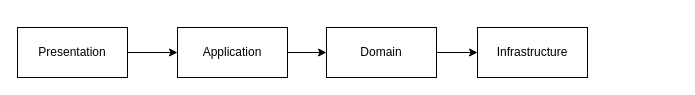
Earlier version of the draw.io diagram page "All" (1 of 5) of ClassDiagram/LibrartAPI_ClassDiagram.dio (yo-watanabe47/LIBRARYAPI). Source tidied: cells renumbered, new cells numbered last; positions are measured from the earlier drawing's top-left corner, leaving out a move shared by most shapes. Both pictures are drawn from the tidied source at 100%, with x=0, y=0 at pixel (17, 27).
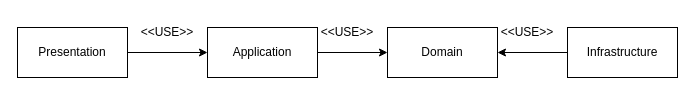
After the change.

The edit, as a diff of the source:
```diff
@@
 <mxGraphModel>
   <root>
     <mxCell id="0" />
     <mxCell id="1" parent="0" />
     <mxCell id="2" style="edgeStyle=none;html=1;exitX=1;exitY=0.5;exitDx=0;exitDy=0;entryX=0;entryY=0.5;entryDx=0;entryDy=0;" parent="1" edge="1" source="3" target="5">
       <mxGeometry relative="1" as="geometry" />
     </mxCell>
     <mxCell id="3" value="Presentation" style="html=1;whiteSpace=wrap;" parent="1" vertex="1">
       <mxGeometry width="110" height="50" as="geometry" />
     </mxCell>
     <mxCell id="4" style="edgeStyle=none;html=1;exitX=1;exitY=0.5;exitDx=0;exitDy=0;" parent="1" edge="1" source="5" target="7">
       <mxGeometry relative="1" as="geometry" />
     </mxCell>
     <mxCell id="5" value="Application" style="html=1;whiteSpace=wrap;" parent="1" vertex="1">
-      <mxGeometry x="160" width="110" height="50" as="geometry" />
+      <mxGeometry x="190" width="110" height="50" as="geometry" />
     </mxCell>
-    <mxCell id="6" style="edgeStyle=none;html=1;exitX=1;exitY=0.5;exitDx=0;exitDy=0;entryX=0;entryY=0.5;entryDx=0;entryDy=0;" parent="1" edge="1" source="7" target="8">
-      <mxGeometry relative="1" as="geometry" />
-    </mxCell>
     <mxCell id="7" value="Domain" style="html=1;whiteSpace=wrap;" parent="1" vertex="1">
-      <mxGeometry x="309" width="110" height="50" as="geometry" />
+      <mxGeometry x="370" width="110" height="50" as="geometry" />
     </mxCell>
+    <mxCell id="9" style="edgeStyle=none;html=1;exitX=0;exitY=0.5;exitDx=0;exitDy=0;entryX=1;entryY=0.5;entryDx=0;entryDy=0;" parent="1" edge="1" source="8" target="7">
+      <mxGeometry relative="1" as="geometry" />
+    </mxCell>
     <mxCell id="8" value="Infrastructure" style="html=1;whiteSpace=wrap;" parent="1" vertex="1">
-      <mxGeometry x="460" width="110" height="50" as="geometry" />
+      <mxGeometry x="550" width="110" height="50" as="geometry" />
     </mxCell>
+    <mxCell id="10" value="&amp;lt;&amp;lt;USE&amp;gt;&amp;gt;" style="text;html=1;align=center;verticalAlign=middle;whiteSpace=wrap;rounded=0;" parent="1" vertex="1">
+      <mxGeometry x="120" y="-10" width="60" height="30" as="geometry" />
+    </mxCell>
+    <mxCell id="11" value="&amp;lt;&amp;lt;USE&amp;gt;&amp;gt;" style="text;html=1;align=center;verticalAlign=middle;whiteSpace=wrap;rounded=0;" parent="1" vertex="1">
+      <mxGeometry x="300" y="-10" width="60" height="30" as="geometry" />
+    </mxCell>
+    <mxCell id="12" value="&amp;lt;&amp;lt;USE&amp;gt;&amp;gt;" style="text;html=1;align=center;verticalAlign=middle;whiteSpace=wrap;rounded=0;" parent="1" vertex="1">
+      <mxGeometry x="480" y="-10" width="60" height="30" as="geometry" />
+    </mxCell>
   </root>
 </mxGraphModel>
```
